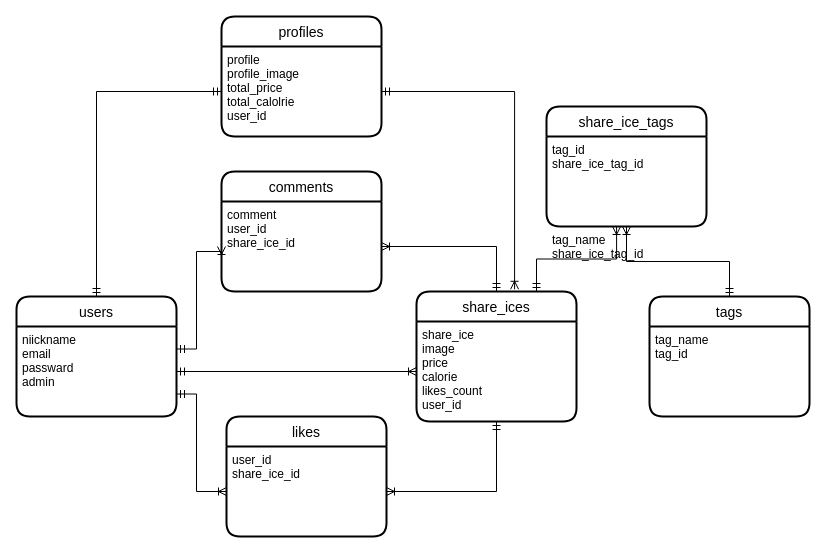
Before: ER図.dio in hakanaidomu/share_ice, a draw.io diagram. Source tidied: cells renumbered, new cells numbered last; positions are measured from the earlier drawing's top-left corner, leaving out a move shared by most shapes. Both pictures are drawn from the tidied source at 100%, with x=0, y=0 at pixel (16, 16).
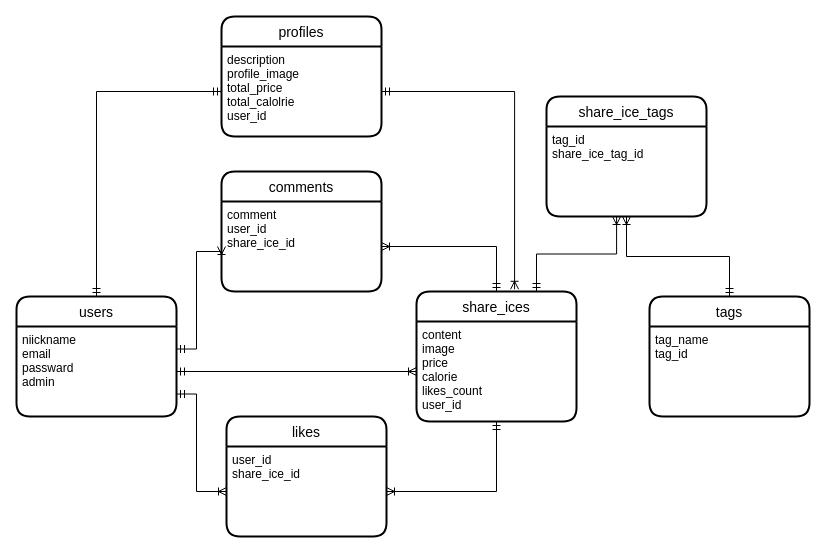
The same diagram, later.

The change refers to these unchanged cells:
```xml
<mxCell id="5" value="profiles" style="swimlane;horizontal=1;startSize=30;rounded=1;fontSize=14;fontStyle=0;strokeWidth=2;shadow=0;dashed=0;align=center;" parent="1" vertex="1">
  <mxGeometry x="205" width="160" height="120" as="geometry" />
</mxCell>
<mxCell id="8" value="share_ices" style="swimlane;horizontal=1;startSize=30;rounded=1;fontSize=14;fontStyle=0;strokeWidth=2;shadow=0;dashed=0;align=center;" parent="1" vertex="1">
  <mxGeometry x="400" y="275" width="160" height="130" as="geometry" />
</mxCell>
```

Diff of the diagram source:
```diff
@@
-    <mxCell id="6" value="profile&#10;profile_image&#10;total_price&#10;total_calolrie&#10;user_id" style="align=left;strokeColor=none;fillColor=none;spacingLeft=4;fontSize=12;verticalAlign=top;" parent="5" vertex="1">
+    <mxCell id="6" value="description&#10;profile_image&#10;total_price&#10;total_calolrie&#10;user_id" style="align=left;strokeColor=none;fillColor=none;spacingLeft=4;fontSize=12;verticalAlign=top;" parent="5" vertex="1">
       <mxGeometry y="30" width="160" height="90" as="geometry" />
     </mxCell>
@@
-    <mxCell id="9" value="share_ice&#10;image&#10;price&#10;calorie&#10;likes_count&#10;user_id&#10;" style="align=left;strokeColor=none;fillColor=none;spacingLeft=4;fontSize=12;verticalAlign=top;" parent="8" vertex="1">
+    <mxCell id="9" value="content&#10;image&#10;price&#10;calorie&#10;likes_count&#10;user_id&#10;" style="align=left;strokeColor=none;fillColor=none;spacingLeft=4;fontSize=12;verticalAlign=top;" parent="8" vertex="1">
       <mxGeometry y="30" width="160" height="100" as="geometry" />
     </mxCell>
@@
     <mxCell id="19" value="share_ice_tags" style="swimlane;horizontal=1;startSize=30;rounded=1;fontSize=14;fontStyle=0;strokeWidth=2;shadow=0;dashed=0;align=center;" parent="1" vertex="1">
-      <mxGeometry x="530" y="90" width="160" height="120" as="geometry" />
+      <mxGeometry x="530" y="80" width="160" height="120" as="geometry" />
     </mxCell>
@@
-    <mxCell id="21" value="tag_name&#10;share_ice_tag_id&#10;" style="align=left;strokeColor=none;fillColor=none;spacingLeft=4;fontSize=12;verticalAlign=top;" parent="19" vertex="1">
-      <mxGeometry y="120" width="160" as="geometry" />
-    </mxCell>
```
